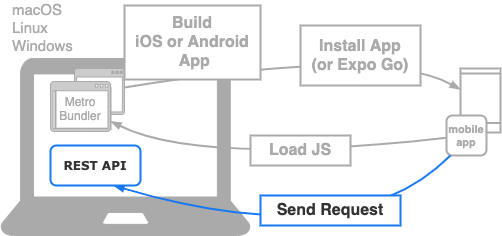
Fintan-contents/mobile-app-crib-notes keeps this draw.io diagram as docs/react-native/learn/todo-app/networking/add-api-to-env.png. Above is the earlier version. Source tidied: cells renumbered, new cells last; positions are measured from the earlier drawing's top-left corner, leaving out a move shared by most shapes.
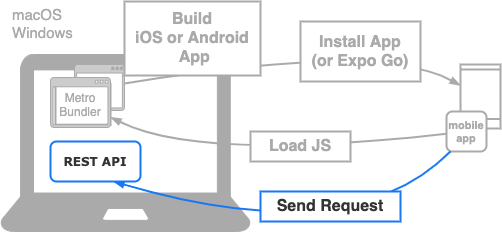
The same diagram one commit later.

Diff of the diagram source:
```diff
@@ -5,7 +5,7 @@
     <mxCell id="2" style="html=1;verticalLabelPosition=bottom;align=center;labelBackgroundColor=#ffffff;verticalAlign=top;strokeWidth=2;shadow=0;dashed=0;shape=mxgraph.ios7.icons.smartphone;strokeColor=#AAAAAA;fontColor=#AAAAAA;" parent="1" vertex="1">
       <mxGeometry x="460" y="63" width="40" height="64" as="geometry" />
     </mxCell>
-    <mxCell id="3" value="macOS&lt;br style=&quot;font-size: 15px&quot;&gt;&lt;div style=&quot;font-size: 15px&quot;&gt;&lt;span style=&quot;font-size: 15px&quot;&gt;Linux&lt;/span&gt;&lt;/div&gt;Windows" style="text;html=1;fillColor=none;align=left;verticalAlign=middle;whiteSpace=wrap;rounded=0;fontFamily=Helvetica;fontSize=15;fontColor=#AAAAAA;" parent="1" vertex="1">
+    <mxCell id="3" value="macOS&lt;br&gt;Windows" style="text;html=1;fillColor=none;align=left;verticalAlign=middle;whiteSpace=wrap;rounded=0;fontFamily=Helvetica;fontSize=15;fontColor=#AAAAAA;" parent="1" vertex="1">
       <mxGeometry x="10" y="12" width="50" height="20" as="geometry" />
     </mxCell>
     <mxCell id="4" value="&lt;font&gt;mobile&lt;br&gt;app&lt;br&gt;&lt;/font&gt;" style="rounded=1;whiteSpace=wrap;html=1;strokeWidth=2;fontSize=11;strokeColor=#AAAAAA;fontColor=#AAAAAA;fontStyle=1;" parent="1" vertex="1">
```
